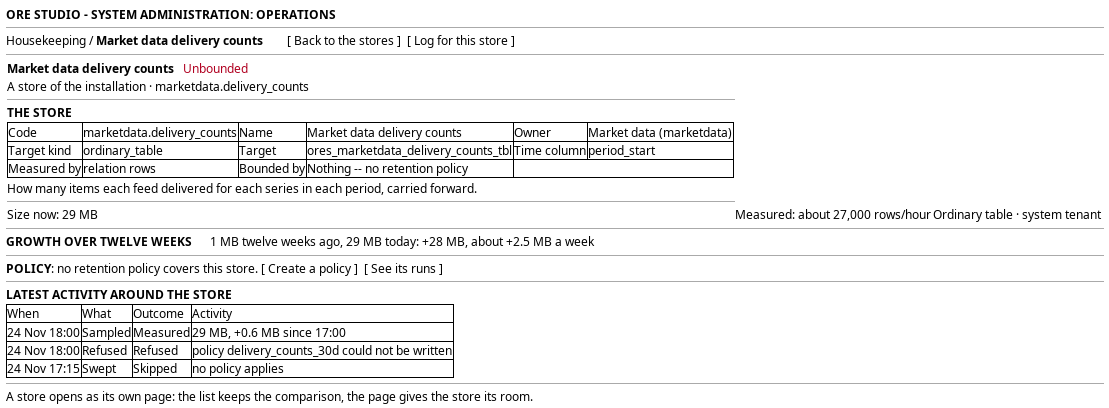
Earlier version of the PlantUML export doc/knowledge/journeys/operations/wireframe_open_a_store.png (OreStudio/OreStudio). Its source is kept beside it as doc/knowledge/journeys/operations/wireframe_open_a_store.puml.
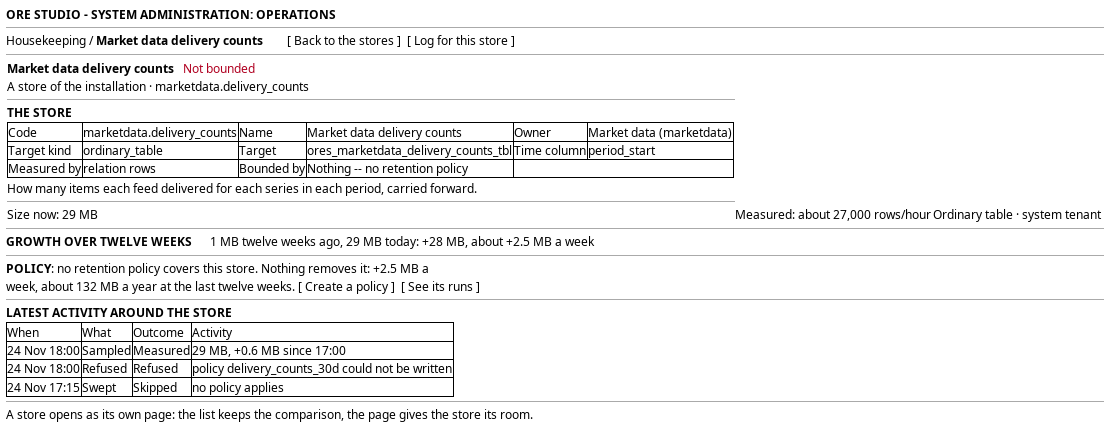
The same diagram one commit later.

Commit message:
[knowledge] Make an unbounded store the verdict of the housekeeping screen

Diff of the diagram source:
```diff
@@ -1,7 +1,3 @@
-@startuml
-
-salt
-{
 @startuml
 
 salt
@@ -11,7 +7,7 @@
   Housekeeping / <b>Market data delivery counts</b>        [ Back to the stores ]  [ Log for this store ]
   --
   {
-    <b>Market data delivery counts</b>   <color:#b00020>Unbounded</color>
+    <b>Market data delivery counts</b>   <color:#b00020>Not bounded</color>
     A store of the installation · marketdata.delivery_counts
     --
     <b>THE STORE</b>
@@ -27,7 +23,8 @@
   --
   <b>GROWTH OVER TWELVE WEEKS</b>      1 MB twelve weeks ago, 29 MB today: +28 MB, about +2.5 MB a week
   --
-  <b>POLICY</b>: no retention policy covers this store. [ Create a policy ]  [ See its runs ]
+  <b>POLICY</b>: no retention policy covers this store. Nothing removes it: +2.5 MB a
+  week, about 132 MB a year at the last twelve weeks. [ Create a policy ]  [ See its runs ]
   --
   <b>LATEST ACTIVITY AROUND THE STORE</b>
   {#
```
